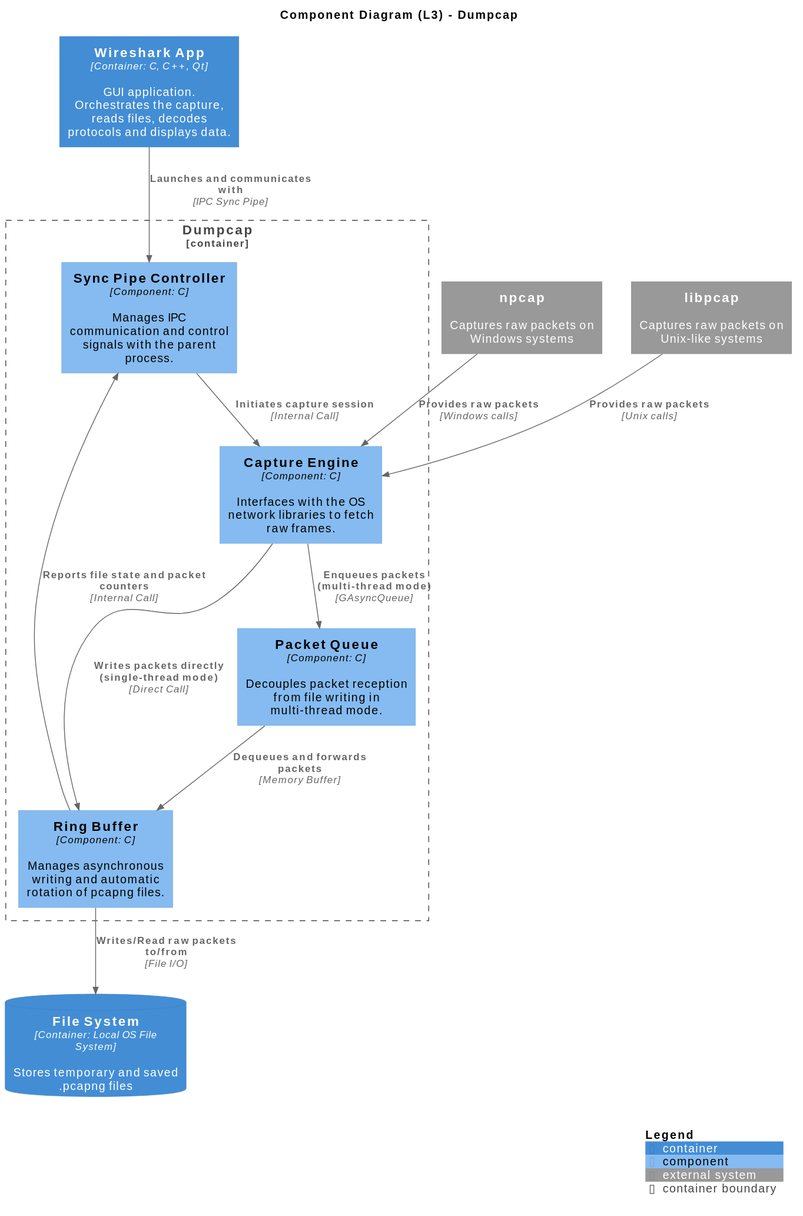
Earlier version of the PlantUML export reports/architecture-diagrams/dumpcap_component_diagram.svg (SDA-Team05/project-team05).
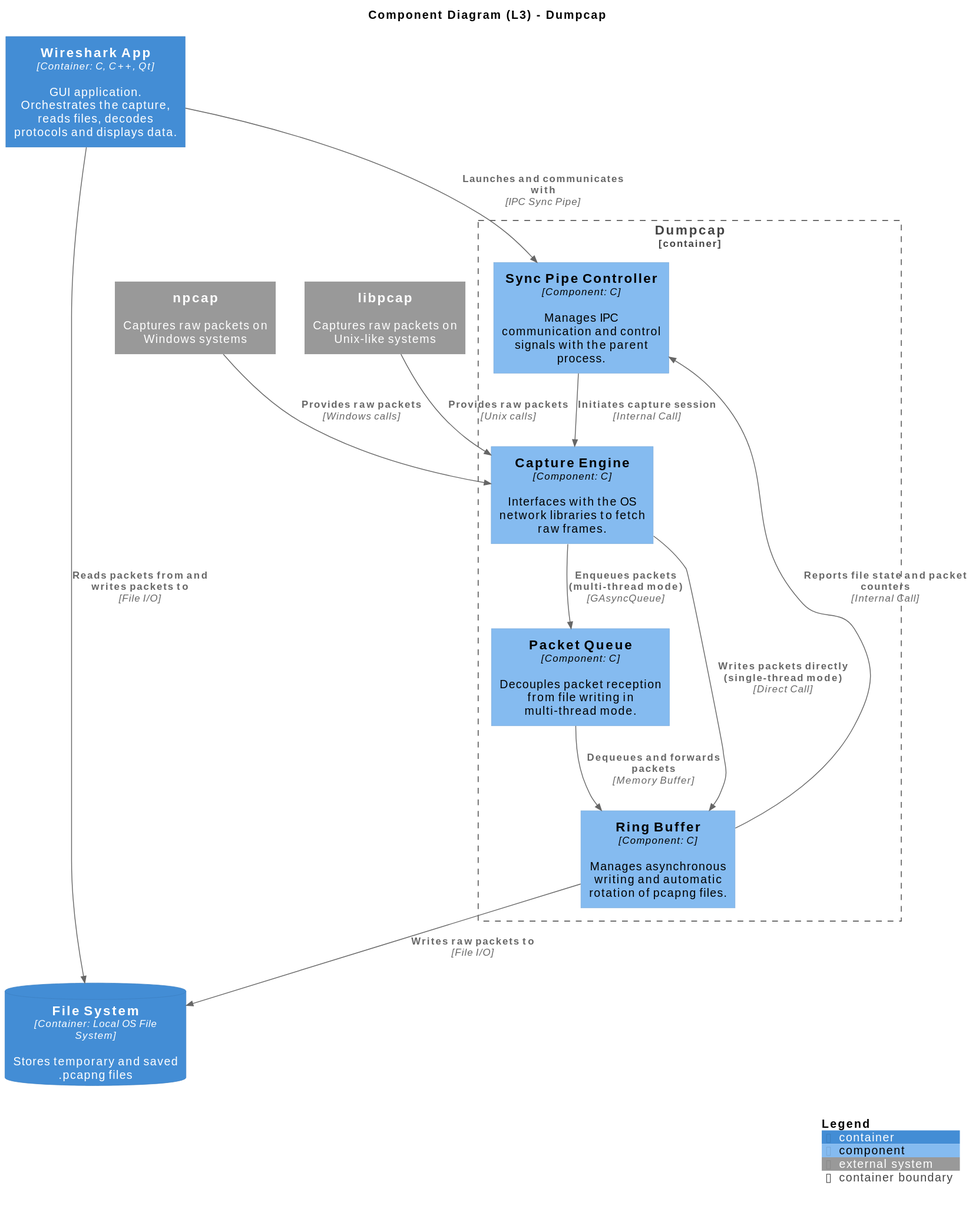
The same file after the commit.

Commit message:
updated Architecture report and diagrams

The edit, as a diff of the source:
```diff
@@ -27,7 +27,8 @@
 Rel(packet_queue, file_writer, "Dequeues and forwards packets", "Memory Buffer")
 Rel(cap_eng, file_writer, "Writes packets directly (single-thread mode)", "Direct Call")
 Rel(file_writer, sync_pipe, "Reports file state and packet counters", "Internal Call")
-Rel(file_writer, filesystem, "Writes/Read raw packets to/from", "File I/O")
+Rel(file_writer, filesystem, "Writes raw packets to", "File I/O")
+Rel(wireshark, filesystem, "Reads packets from and writes packets to", "File I/O")
 
 SHOW_LEGEND()
 @enduml
```
